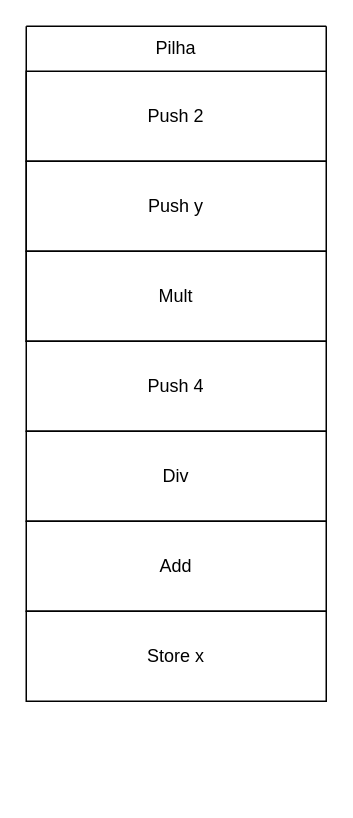
Earlier version of the draw.io diagram comp2.drawio (mclarafreitas/Compiladores). Source tidied: cells renumbered, new cells numbered last; positions are measured from the earlier drawing's top-left corner, leaving out a move shared by most shapes. Both pictures are drawn from the tidied source at 150%, with x=0, y=0 at pixel (26, 26).
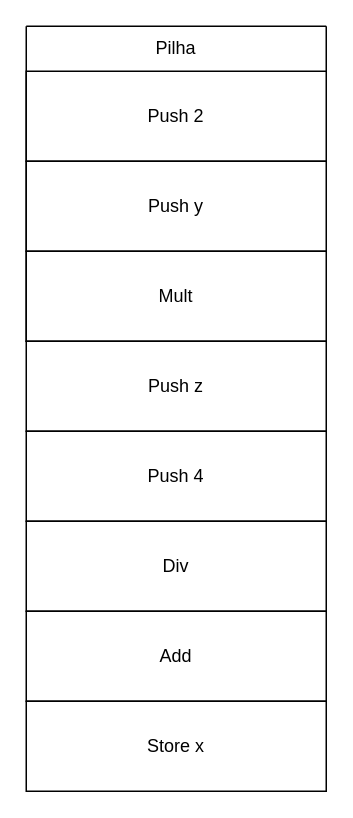
After the change.

Change to the diagram source:
```diff
@@
 <mxGraphModel>
   <root>
     <mxCell id="0" />
     <mxCell id="1" parent="0" />
     <mxCell id="2" style="swimlane;startSize=0;" parent="1" vertex="1">
       <mxGeometry width="200" height="210" as="geometry" />
     </mxCell>
     <mxCell id="3" style="rounded=0;whiteSpace=wrap;html=1;" parent="2" vertex="1">
       <mxGeometry y="30" width="200" height="60" as="geometry" />
     </mxCell>
     <mxCell id="4" style="rounded=0;whiteSpace=wrap;html=1;" parent="2" vertex="1">
       <mxGeometry y="90" width="200" height="60" as="geometry" />
     </mxCell>
     <mxCell id="5" style="rounded=0;whiteSpace=wrap;html=1;" parent="2" vertex="1">
       <mxGeometry y="150" width="200" height="60" as="geometry" />
     </mxCell>
     <mxCell id="6" value="Pilha" style="text;strokeColor=none;align=center;fillColor=none;html=1;verticalAlign=middle;whiteSpace=wrap;rounded=0;" parent="2" vertex="1">
       <mxGeometry x="70" width="60" height="30" as="geometry" />
     </mxCell>
     <mxCell id="7" value="Push 2" style="text;strokeColor=none;align=center;fillColor=none;html=1;verticalAlign=middle;whiteSpace=wrap;rounded=0;" parent="2" vertex="1">
       <mxGeometry x="70" y="45" width="60" height="30" as="geometry" />
     </mxCell>
     <mxCell id="8" value="Push y" style="text;strokeColor=none;align=center;fillColor=none;html=1;verticalAlign=middle;whiteSpace=wrap;rounded=0;" parent="2" vertex="1">
       <mxGeometry x="70" y="105" width="60" height="30" as="geometry" />
     </mxCell>
     <mxCell id="9" value="Mult" style="text;strokeColor=none;align=center;fillColor=none;html=1;verticalAlign=middle;whiteSpace=wrap;rounded=0;" parent="2" vertex="1">
       <mxGeometry x="70" y="165" width="60" height="30" as="geometry" />
     </mxCell>
     <mxCell id="10" style="rounded=0;whiteSpace=wrap;html=1;" parent="1" vertex="1">
       <mxGeometry y="210" width="200" height="60" as="geometry" />
     </mxCell>
     <mxCell id="11" style="rounded=0;whiteSpace=wrap;html=1;" parent="1" vertex="1">
       <mxGeometry y="270" width="200" height="60" as="geometry" />
     </mxCell>
     <mxCell id="12" style="rounded=0;whiteSpace=wrap;html=1;" parent="1" vertex="1">
       <mxGeometry y="330" width="200" height="60" as="geometry" />
     </mxCell>
-    <mxCell id="13" value="Push 4" style="text;strokeColor=none;align=center;fillColor=none;html=1;verticalAlign=middle;whiteSpace=wrap;rounded=0;" parent="1" vertex="1">
+    <mxCell id="13" value="Push z" style="text;strokeColor=none;align=center;fillColor=none;html=1;verticalAlign=middle;whiteSpace=wrap;rounded=0;" parent="1" vertex="1">
       <mxGeometry x="70" y="225" width="60" height="30" as="geometry" />
     </mxCell>
-    <mxCell id="14" value="Div" style="text;strokeColor=none;align=center;fillColor=none;html=1;verticalAlign=middle;whiteSpace=wrap;rounded=0;" parent="1" vertex="1">
+    <mxCell id="14" value="Push 4" style="text;strokeColor=none;align=center;fillColor=none;html=1;verticalAlign=middle;whiteSpace=wrap;rounded=0;" parent="1" vertex="1">
       <mxGeometry x="70" y="285" width="60" height="30" as="geometry" />
     </mxCell>
-    <mxCell id="15" value="Add" style="text;strokeColor=none;align=center;fillColor=none;html=1;verticalAlign=middle;whiteSpace=wrap;rounded=0;" parent="1" vertex="1">
+    <mxCell id="15" value="Div" style="text;strokeColor=none;align=center;fillColor=none;html=1;verticalAlign=middle;whiteSpace=wrap;rounded=0;" parent="1" vertex="1">
       <mxGeometry x="70" y="345" width="60" height="30" as="geometry" />
     </mxCell>
     <mxCell id="16" style="rounded=0;whiteSpace=wrap;html=1;" parent="1" vertex="1">
       <mxGeometry y="390" width="200" height="60" as="geometry" />
     </mxCell>
-    <mxCell id="17" value="Store x" style="text;strokeColor=none;align=center;fillColor=none;html=1;verticalAlign=middle;whiteSpace=wrap;rounded=0;" parent="1" vertex="1">
+    <mxCell id="17" value="Add" style="text;strokeColor=none;align=center;fillColor=none;html=1;verticalAlign=middle;whiteSpace=wrap;rounded=0;" parent="1" vertex="1">
       <mxGeometry x="70" y="405" width="60" height="30" as="geometry" />
     </mxCell>
+    <mxCell id="18" style="rounded=0;whiteSpace=wrap;html=1;" parent="1" vertex="1">
+      <mxGeometry y="450" width="200" height="60" as="geometry" />
+    </mxCell>
+    <mxCell id="19" value="Store x" style="text;strokeColor=none;align=center;fillColor=none;html=1;verticalAlign=middle;whiteSpace=wrap;rounded=0;" parent="1" vertex="1">
+      <mxGeometry x="70" y="465" width="60" height="30" as="geometry" />
+    </mxCell>
   </root>
 </mxGraphModel>
```
